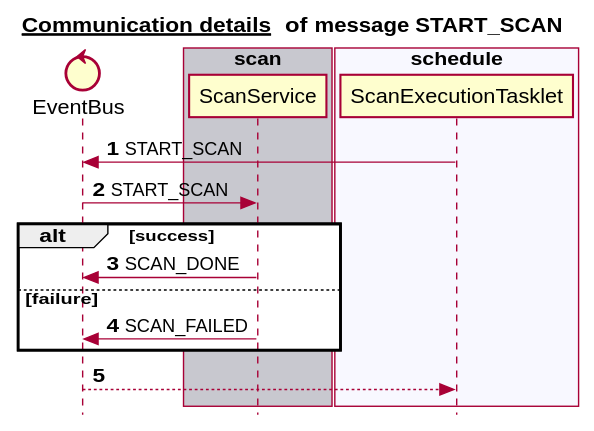
This is docs/latest/images/gen_domain_messaging_start_scan.svg from mercedes-benz/sechub, a PlantUML export, as it was before one commit.
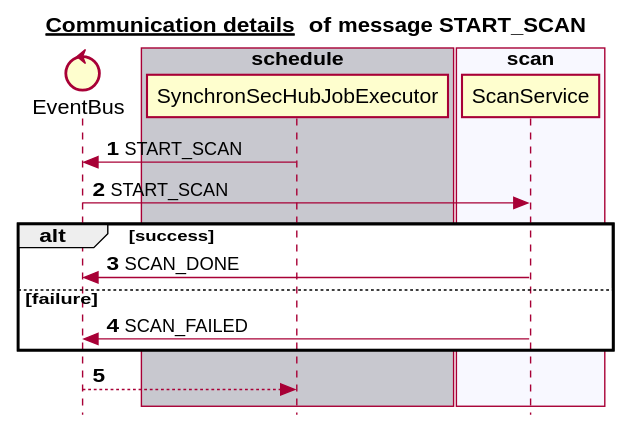
The same diagram one commit later.

Change to the diagram source:
```diff
@@ -6,27 +6,27 @@
 
 
 control EventBus
-box "scan" #C8C8CF
+box "schedule" #C8C8CF
+   participant SynchronSecHubJobExecutor
+end box
+box "scan" #F8F8FF
    participant ScanService
 end box
-box "schedule" #F8F8FF
-   participant ScanExecutionTasklet
+box "administration" #C8C8CF
+end box
+box "notification" #F8F8FF
 end box
 box "authorization" #C8C8CF
 end box
-box "administration" #F8F8FF
-end box
-box "notification" #C8C8CF
-end box
 autonumber 1
-ScanExecutionTasklet -> EventBus:START_SCAN
+SynchronSecHubJobExecutor -> EventBus:START_SCAN
 EventBus -> ScanService:START_SCAN
 alt success
 ScanService -> EventBus:SCAN_DONE
 else failure
 ScanService -> EventBus:SCAN_FAILED
 end
-EventBus --> ScanExecutionTasklet:
+EventBus --> SynchronSecHubJobExecutor:
 autonumber stop
 
 
```
